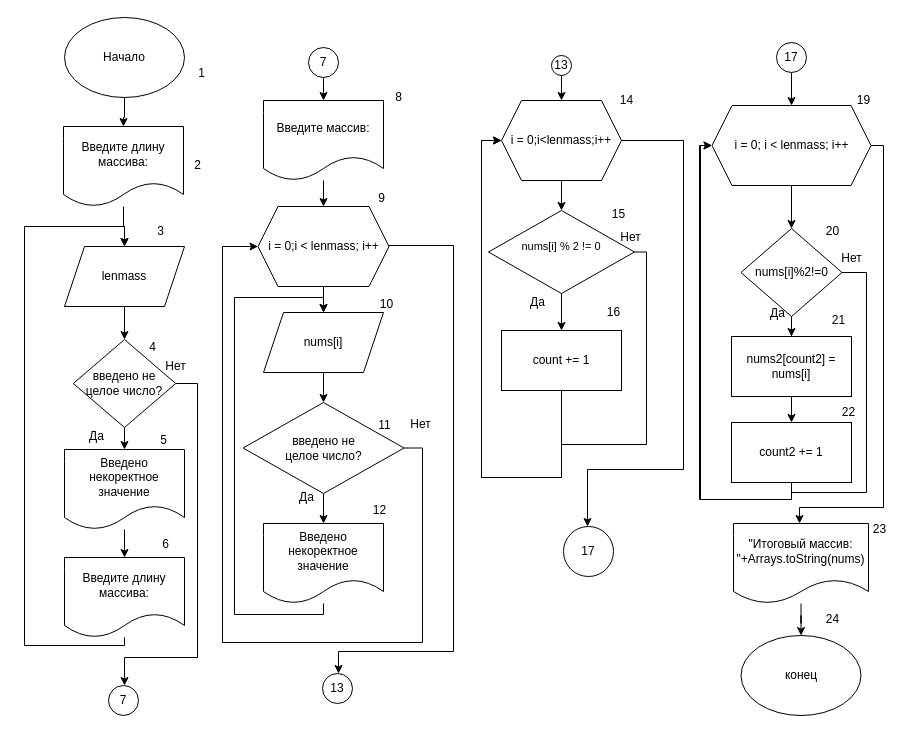
Earlier version of the draw.io diagram Задание4.drawio (00Unreal00/projectforprogramming). Source tidied: cells renumbered, new cells numbered last; positions are measured from the earlier drawing's top-left corner, leaving out a move shared by most shapes. Both pictures are drawn from the tidied source at 100%, with x=0, y=0 at pixel (24, 17).
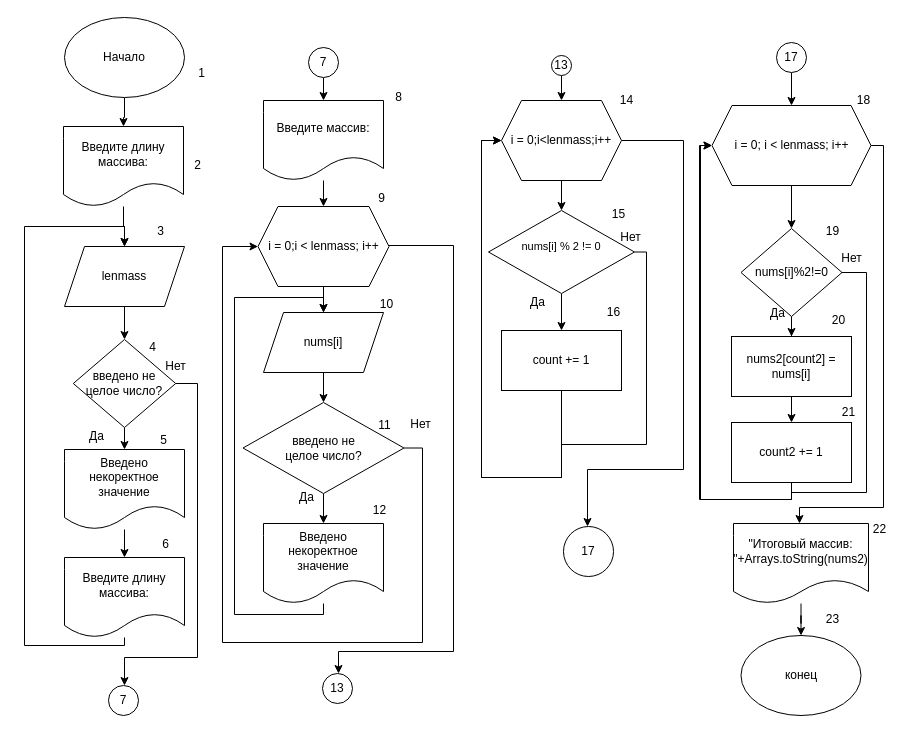
The same diagram, later.

What changed in the source:
```diff
@@
-    <mxCell id="61" value="20" style="text;html=1;align=center;verticalAlign=middle;strokeColor=none;fillColor=none;" parent="1" vertex="1">
+    <mxCell id="61" value="19" style="text;html=1;align=center;verticalAlign=middle;strokeColor=none;fillColor=none;" parent="1" vertex="1">
       <mxGeometry x="792" y="201" width="31" height="26" as="geometry" />
     </mxCell>
@@
-    <mxCell id="63" value="&quot;Итоговый массив: &quot;+Arrays.toString(nums)" style="shape=document;whiteSpace=wrap;html=1;boundedLbl=1;" parent="1" vertex="1">
+    <mxCell id="63" value="&quot;Итоговый массив: &quot;+Arrays.toString(nums2)" style="shape=document;whiteSpace=wrap;html=1;boundedLbl=1;" parent="1" vertex="1">
       <mxGeometry x="709" y="506" width="135" height="80" as="geometry" />
     </mxCell>
@@
-    <mxCell id="76" value="19" style="text;html=1;align=center;verticalAlign=middle;strokeColor=none;fillColor=none;" parent="1" vertex="1">
+    <mxCell id="76" value="18" style="text;html=1;align=center;verticalAlign=middle;strokeColor=none;fillColor=none;" parent="1" vertex="1">
       <mxGeometry x="823" y="70" width="31" height="26" as="geometry" />
     </mxCell>
-    <mxCell id="77" value="21" style="text;html=1;align=center;verticalAlign=middle;strokeColor=none;fillColor=none;" parent="1" vertex="1">
+    <mxCell id="77" value="20" style="text;html=1;align=center;verticalAlign=middle;strokeColor=none;fillColor=none;" parent="1" vertex="1">
       <mxGeometry x="798" y="290" width="31" height="26" as="geometry" />
     </mxCell>
-    <mxCell id="78" value="22" style="text;html=1;align=center;verticalAlign=middle;strokeColor=none;fillColor=none;" parent="1" vertex="1">
+    <mxCell id="78" value="21" style="text;html=1;align=center;verticalAlign=middle;strokeColor=none;fillColor=none;" parent="1" vertex="1">
       <mxGeometry x="808" y="382" width="31" height="26" as="geometry" />
     </mxCell>
-    <mxCell id="79" value="23" style="text;html=1;align=center;verticalAlign=middle;strokeColor=none;fillColor=none;" parent="1" vertex="1">
+    <mxCell id="79" value="22" style="text;html=1;align=center;verticalAlign=middle;strokeColor=none;fillColor=none;" parent="1" vertex="1">
       <mxGeometry x="839" y="499" width="31" height="26" as="geometry" />
     </mxCell>
-    <mxCell id="80" value="24" style="text;html=1;align=center;verticalAlign=middle;strokeColor=none;fillColor=none;" parent="1" vertex="1">
+    <mxCell id="80" value="23" style="text;html=1;align=center;verticalAlign=middle;strokeColor=none;fillColor=none;" parent="1" vertex="1">
       <mxGeometry x="792" y="589" width="31" height="26" as="geometry" />
     </mxCell>
```
